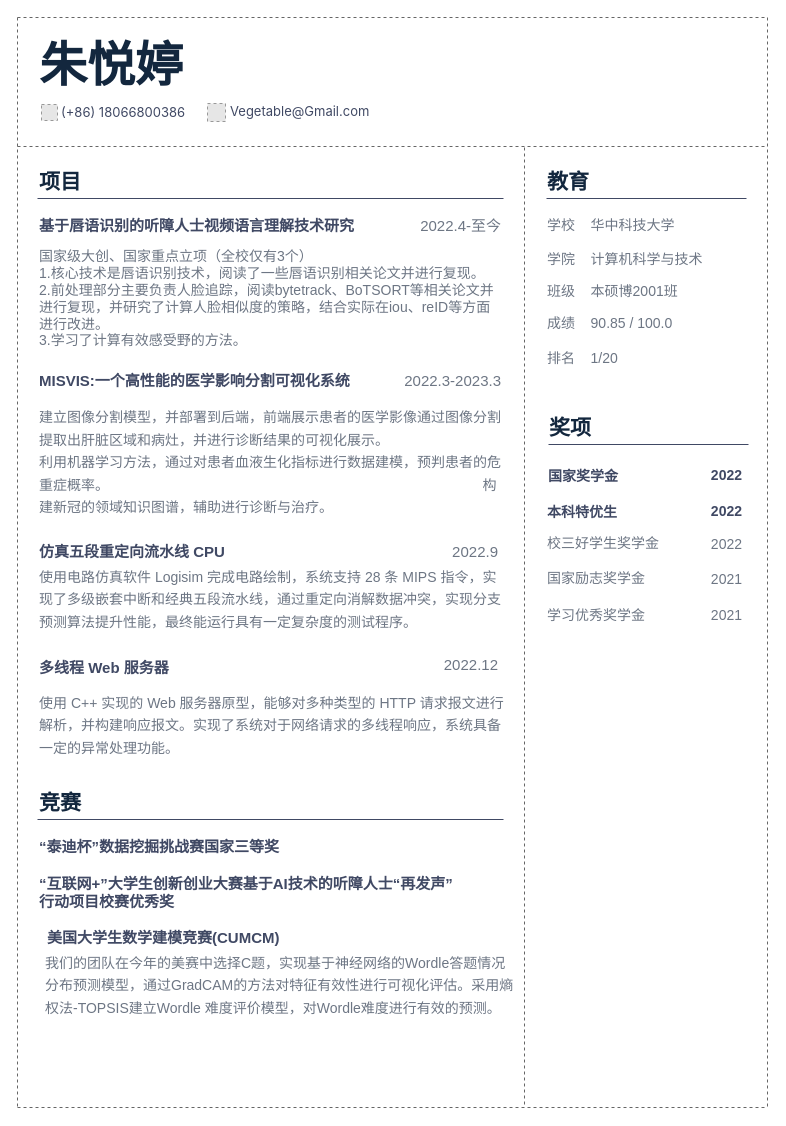
This is source/DrawCV.drawio from Polycoriander/DrawCV, a draw.io file, before an edit. Source tidied: cells renumbered, new cells numbered last; positions are measured from the earlier drawing's top-left corner, leaving out a move shared by most shapes. Both pictures are drawn from the tidied source at 100%, with x=0, y=0 at pixel (17, 17). Pictures stored in the file or linked from it are replaced by grey dashed boxes.
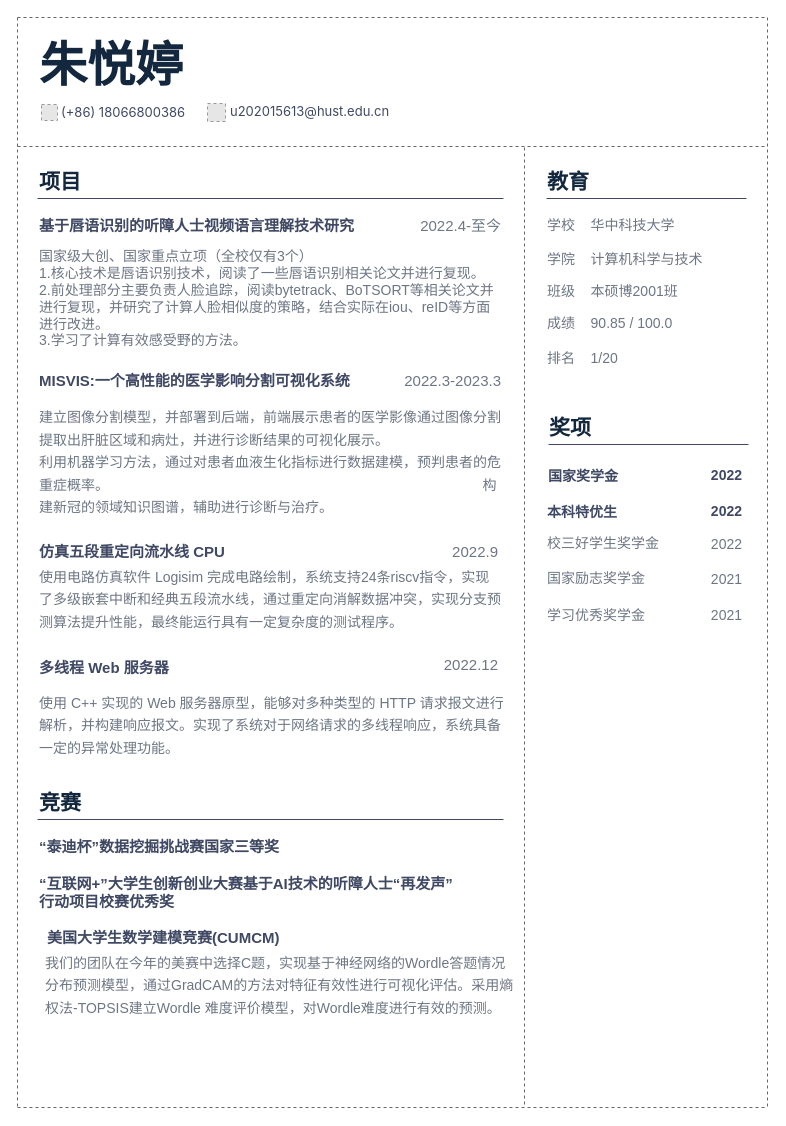
After the change.

Diff of the diagram source:
```diff
@@
-    <mxCell id="9" value="Vegetable@Gmail.com" style="text;html=1;strokeColor=none;fillColor=none;align=left;verticalAlign=middle;whiteSpace=wrap;rounded=0;fontFamily=Inter;fontSize=13;fontColor=#404964;" parent="1" vertex="1">
+    <mxCell id="9" value="u202015613@hust.edu.cn" style="text;html=1;strokeColor=none;fillColor=none;align=left;verticalAlign=middle;whiteSpace=wrap;rounded=0;fontFamily=Inter;fontSize=13;fontColor=#404964;" parent="1" vertex="1">
       <mxGeometry x="211" y="84" width="170" height="20" as="geometry" />
     </mxCell>
@@
-    <mxCell id="41" value="&lt;p style=&quot;line-height: 1.6;&quot;&gt;&lt;font style=&quot;font-size: 14px;&quot;&gt;使用电路仿真软件 Logisim 完成电路绘制，系统支持 28 条 MIPS 指令，实现了多级嵌套中断和经典五段流水线，通过重定向消解数据冲突，实现分支预测算法提升性能，最终能运行具有一定复杂度的测试程序。&lt;/font&gt;&lt;/p&gt;" style="text;html=1;strokeColor=none;fillColor=none;align=left;verticalAlign=middle;whiteSpace=wrap;rounded=0;fontFamily=Source Han Sans;fontSize=12;fontColor=#6D7684;fontStyle=0;" parent="1" vertex="1">
+    <mxCell id="41" value="&lt;p style=&quot;line-height: 1.6;&quot;&gt;&lt;font style=&quot;font-size: 14px;&quot;&gt;使用电路仿真软件 Logisim 完成电路绘制，系统支持24条riscv指令，实现了多级嵌套中断和经典五段流水线，通过重定向消解数据冲突，实现分支预测算法提升性能，最终能运行具有一定复杂度的测试程序。&lt;/font&gt;&lt;/p&gt;" style="text;html=1;strokeColor=none;fillColor=none;align=left;verticalAlign=middle;whiteSpace=wrap;rounded=0;fontFamily=Source Han Sans;fontSize=12;fontColor=#6D7684;fontStyle=0;" parent="1" vertex="1">
       <mxGeometry x="20" y="554.3" width="466" height="55" as="geometry" />
     </mxCell>
```
